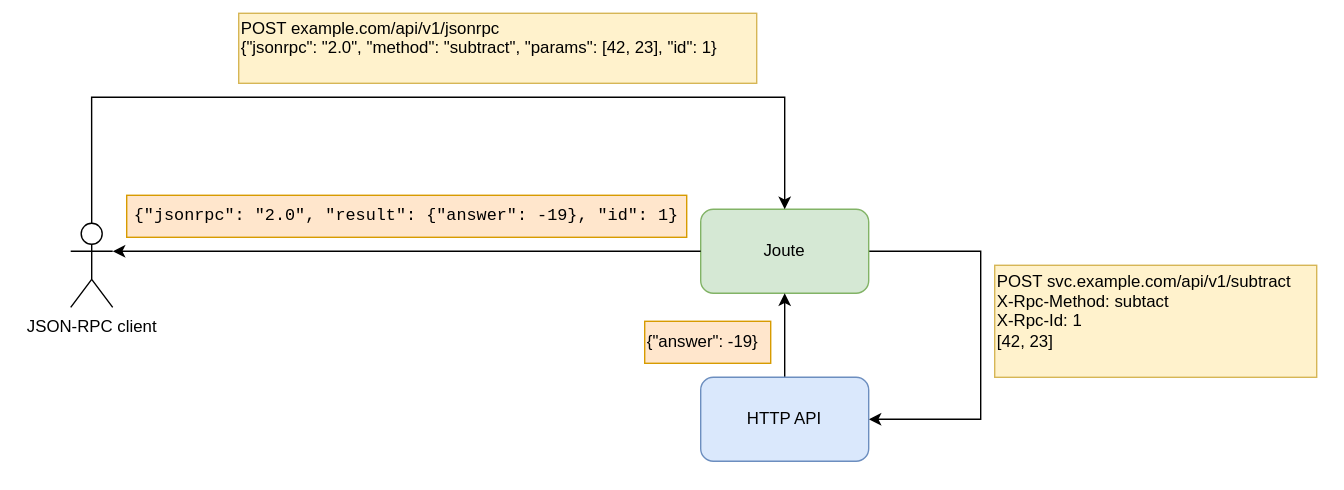
The draw.io diagram assets/Problem.drawio.svg in amricko0b/joute, before a commit. Source tidied: cells renumbered, new cells last; positions are measured from the earlier drawing's top-left corner, leaving out a move shared by most shapes. Its diagram source:
```xml
<mxGraphModel>
  <root>
    <mxCell id="0" />
    <mxCell id="1" parent="0" />
    <mxCell id="2" style="edgeStyle=orthogonalEdgeStyle;rounded=0;jettySize=auto;html=1;exitX=1;exitY=0.5;exitDx=0;exitDy=0;entryX=1;entryY=0.5;entryDx=0;entryDy=0;" parent="1" edge="1" source="3" target="7">
      <mxGeometry relative="1" as="geometry">
        <Array as="points">
          <mxPoint x="650" y="170" />
          <mxPoint x="650" y="290" />
        </Array>
      </mxGeometry>
    </mxCell>
    <mxCell id="3" value="Joute" style="rounded=1;whiteSpace=wrap;html=1;fillColor=#d5e8d4;strokeColor=#82b366;" parent="1" vertex="1">
      <mxGeometry x="450" y="140" width="120" height="60" as="geometry" />
    </mxCell>
    <mxCell id="4" style="edgeStyle=orthogonalEdgeStyle;rounded=0;jettySize=auto;html=1;exitX=0.5;exitY=0;exitDx=0;exitDy=0;exitPerimeter=0;entryX=0.5;entryY=0;entryDx=0;entryDy=0;" parent="1" edge="1" source="5" target="3">
      <mxGeometry relative="1" as="geometry">
        <Array as="points">
          <mxPoint x="15" y="60" />
          <mxPoint x="510" y="60" />
        </Array>
      </mxGeometry>
    </mxCell>
    <mxCell id="5" value="JSON-RPC client" style="shape=umlActor;verticalLabelPosition=bottom;verticalAlign=top;html=1;outlineConnect=0;" parent="1" vertex="1">
      <mxGeometry y="150" width="30" height="60" as="geometry" />
    </mxCell>
    <mxCell id="6" style="edgeStyle=orthogonalEdgeStyle;rounded=0;jettySize=auto;html=1;exitX=0.5;exitY=0;exitDx=0;exitDy=0;entryX=0.5;entryY=1;entryDx=0;entryDy=0;" parent="1" edge="1" source="7" target="3">
      <mxGeometry relative="1" as="geometry" />
    </mxCell>
    <mxCell id="7" value="HTTP API" style="rounded=1;whiteSpace=wrap;html=1;fillColor=#dae8fc;strokeColor=#6c8ebf;" parent="1" vertex="1">
      <mxGeometry x="450" y="260" width="120" height="60" as="geometry" />
    </mxCell>
    <mxCell id="8" value="&lt;div&gt;POST example.com/api/v1/jsonrpc&lt;/div&gt;&lt;div&gt;{&quot;jsonrpc&quot;: &quot;2.0&quot;, &quot;method&quot;: &quot;subtract&quot;, &quot;params&quot;: [42, 23], &quot;id&quot;: 1}&lt;/div&gt;&lt;div&gt;&lt;br&gt;&lt;/div&gt;" style="text;html=1;align=left;verticalAlign=middle;whiteSpace=wrap;rounded=0;labelBackgroundColor=none;fillColor=#fff2cc;strokeColor=#d6b656;" parent="1" vertex="1">
      <mxGeometry x="120" width="370" height="50" as="geometry" />
    </mxCell>
    <mxCell id="9" value="&lt;div align=&quot;left&quot;&gt;POST svc.example.com/api/v1/subtract&lt;/div&gt;&lt;div align=&quot;left&quot;&gt;X-Rpc-Method: subtact&lt;/div&gt;&lt;div align=&quot;left&quot;&gt;X-Rpc-Id: 1&lt;br&gt;&lt;/div&gt;&lt;div align=&quot;left&quot;&gt;[42, 23]&lt;/div&gt;&lt;div align=&quot;left&quot;&gt;&lt;br&gt;&lt;/div&gt;" style="text;html=1;align=left;verticalAlign=middle;whiteSpace=wrap;rounded=0;labelBackgroundColor=none;fillColor=#fff2cc;strokeColor=#d6b656;" parent="1" vertex="1">
      <mxGeometry x="660" y="180" width="230" height="80" as="geometry" />
    </mxCell>
    <mxCell id="10" value="{&quot;answer&quot;: -19}" style="text;html=1;align=left;verticalAlign=middle;whiteSpace=wrap;rounded=0;labelBackgroundColor=none;fillColor=#ffe6cc;strokeColor=#d79b00;" parent="1" vertex="1">
      <mxGeometry x="410" y="220" width="90" height="30" as="geometry" />
    </mxCell>
    <mxCell id="11" style="edgeStyle=orthogonalEdgeStyle;rounded=0;jettySize=auto;html=1;exitX=0;exitY=0.5;exitDx=0;exitDy=0;entryX=1;entryY=0.3333333333333333;entryDx=0;entryDy=0;entryPerimeter=0;" parent="1" edge="1" source="3" target="5">
      <mxGeometry relative="1" as="geometry" />
    </mxCell>
    <mxCell id="12" value="&lt;pre&gt;{&quot;jsonrpc&quot;: &quot;2.0&quot;, &quot;result&quot;: {&quot;answer&quot;: -19}, &quot;id&quot;: 1}&lt;/pre&gt;" style="text;html=1;align=center;verticalAlign=middle;whiteSpace=wrap;rounded=0;labelBackgroundColor=none;fillColor=#ffe6cc;strokeColor=#d79b00;" parent="1" vertex="1">
      <mxGeometry x="40" y="130" width="400" height="30" as="geometry" />
    </mxCell>
  </root>
</mxGraphModel>
```
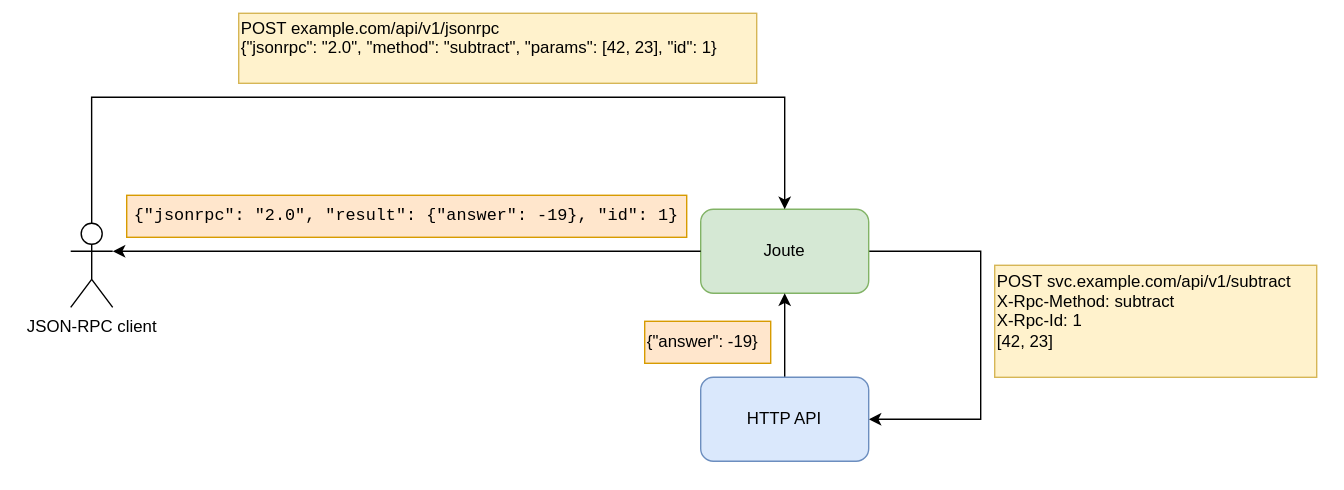
The same file after the commit.

Change to the diagram source:
```diff
@@ -33,7 +33,7 @@
     <mxCell id="8" value="&lt;div&gt;POST example.com/api/v1/jsonrpc&lt;/div&gt;&lt;div&gt;{&quot;jsonrpc&quot;: &quot;2.0&quot;, &quot;method&quot;: &quot;subtract&quot;, &quot;params&quot;: [42, 23], &quot;id&quot;: 1}&lt;/div&gt;&lt;div&gt;&lt;br&gt;&lt;/div&gt;" style="text;html=1;align=left;verticalAlign=middle;whiteSpace=wrap;rounded=0;labelBackgroundColor=none;fillColor=#fff2cc;strokeColor=#d6b656;" parent="1" vertex="1">
       <mxGeometry x="120" width="370" height="50" as="geometry" />
     </mxCell>
-    <mxCell id="9" value="&lt;div align=&quot;left&quot;&gt;POST svc.example.com/api/v1/subtract&lt;/div&gt;&lt;div align=&quot;left&quot;&gt;X-Rpc-Method: subtact&lt;/div&gt;&lt;div align=&quot;left&quot;&gt;X-Rpc-Id: 1&lt;br&gt;&lt;/div&gt;&lt;div align=&quot;left&quot;&gt;[42, 23]&lt;/div&gt;&lt;div align=&quot;left&quot;&gt;&lt;br&gt;&lt;/div&gt;" style="text;html=1;align=left;verticalAlign=middle;whiteSpace=wrap;rounded=0;labelBackgroundColor=none;fillColor=#fff2cc;strokeColor=#d6b656;" parent="1" vertex="1">
+    <mxCell id="9" value="&lt;div align=&quot;left&quot;&gt;POST svc.example.com/api/v1/subtract&lt;/div&gt;&lt;div align=&quot;left&quot;&gt;X-Rpc-Method: subtract&lt;/div&gt;&lt;div align=&quot;left&quot;&gt;X-Rpc-Id: 1&lt;br&gt;&lt;/div&gt;&lt;div align=&quot;left&quot;&gt;[42, 23]&lt;/div&gt;&lt;div align=&quot;left&quot;&gt;&lt;br&gt;&lt;/div&gt;" style="text;html=1;align=left;verticalAlign=middle;whiteSpace=wrap;rounded=0;labelBackgroundColor=none;fillColor=#fff2cc;strokeColor=#d6b656;" parent="1" vertex="1">
       <mxGeometry x="660" y="180" width="230" height="80" as="geometry" />
     </mxCell>
     <mxCell id="10" value="{&quot;answer&quot;: -19}" style="text;html=1;align=left;verticalAlign=middle;whiteSpace=wrap;rounded=0;labelBackgroundColor=none;fillColor=#ffe6cc;strokeColor=#d79b00;" parent="1" vertex="1">
```
